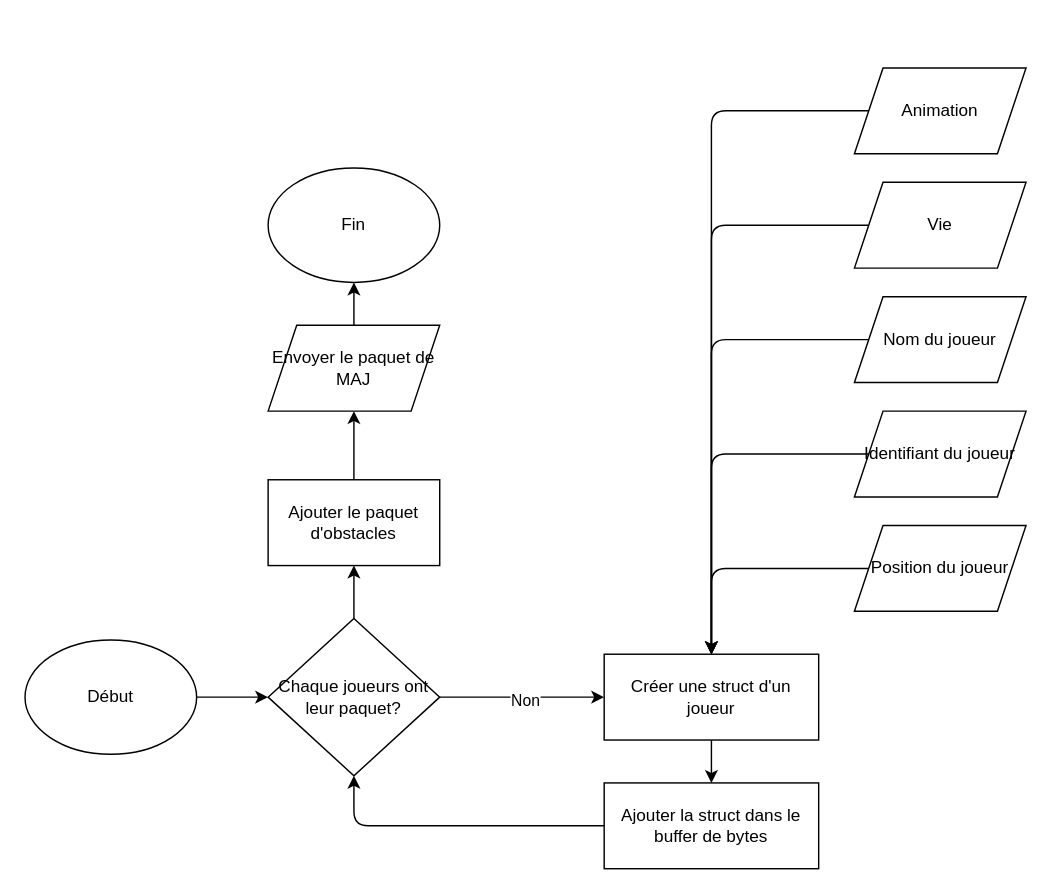
This is schemas/créer_paquet_de_position.drawio from Samuel-Archila-cegep-2621953/ludikrous-makrous, a draw.io file, before an edit. Source tidied: cells renumbered, new cells numbered last; positions are measured from the earlier drawing's top-left corner, leaving out a move shared by most shapes. Both pictures are drawn from the tidied source at 143%, with x=0, y=0 at pixel (24, 67).
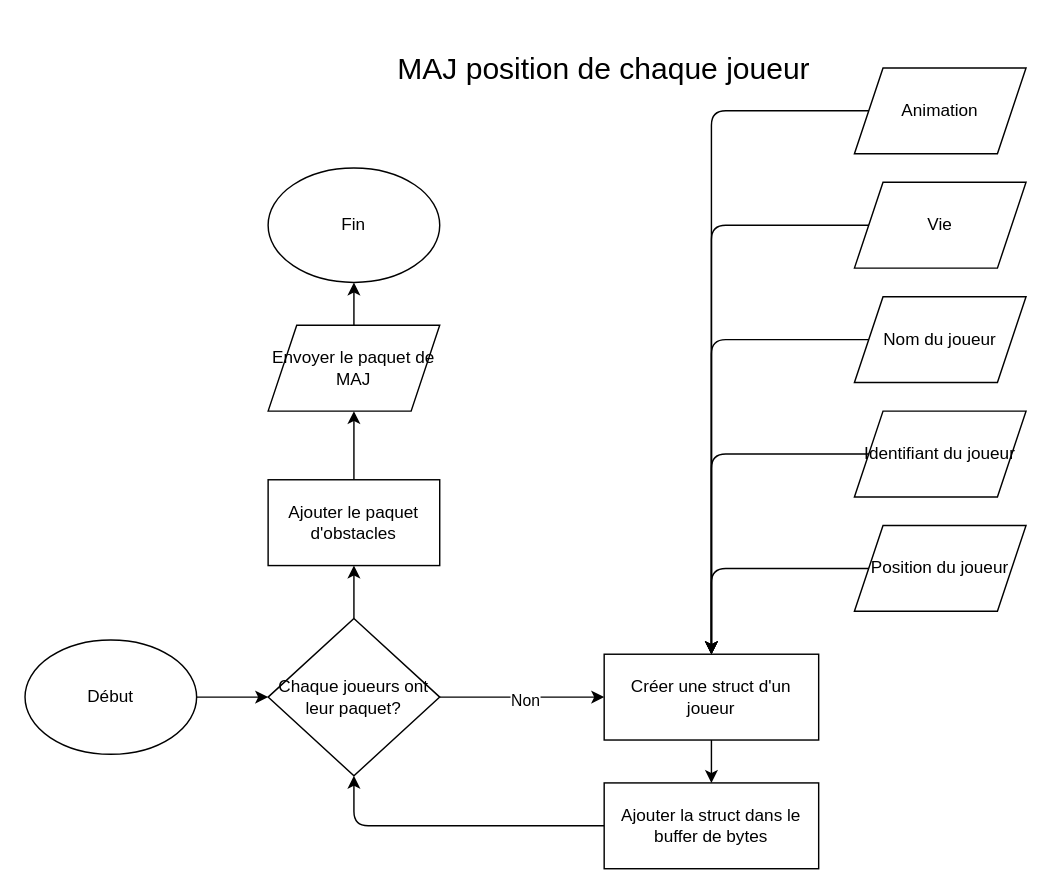
After the change.

Commit message:
oublié le titre

Change to the diagram source:
```diff
@@
+    <mxCell id="27" value="MAJ position de chaque joueur" style="text;html=1;whiteSpace=wrap;strokeColor=none;fillColor=none;align=center;verticalAlign=middle;rounded=0;fontSize=21;" parent="1" vertex="1">
+      <mxGeometry x="235" y="-30" width="340" height="60" as="geometry" />
+    </mxCell>
```
